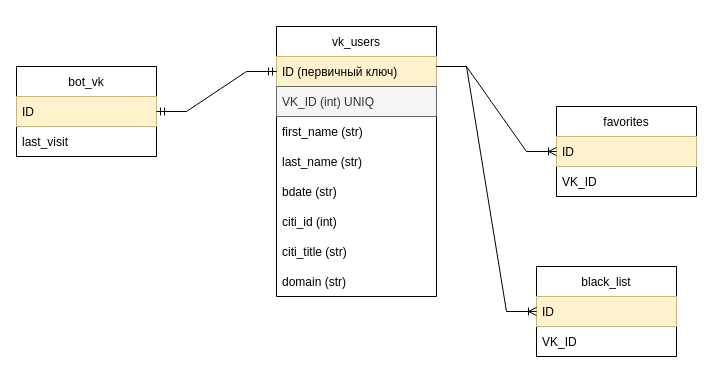
Before: docs/Untitled Diagram.drawio in Garbuzenko/VKinder, a draw.io diagram. Source tidied: cells renumbered, new cells numbered last; positions are measured from the earlier drawing's top-left corner, leaving out a move shared by most shapes. Both pictures are drawn from the tidied source at 100%, with x=0, y=0 at pixel (16, 26).
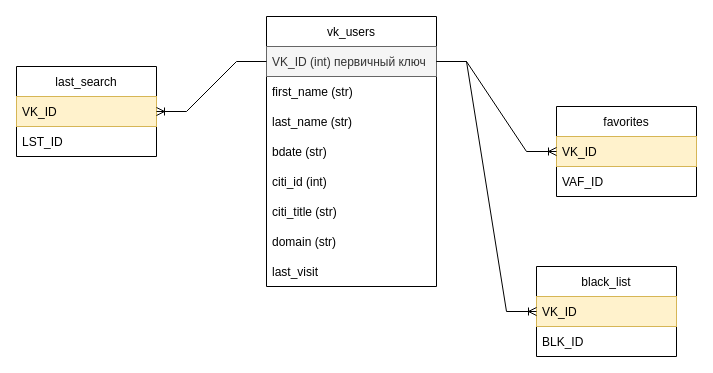
After the change.

Unchanged cells that the change refers to:
```xml
<mxCell id="11" value="favorites" style="swimlane;fontStyle=0;horizontal=1;startSize=30;" parent="1" vertex="1">
  <mxGeometry x="540" y="80" width="140" height="90" as="geometry" />
</mxCell>
<mxCell id="14" value="black_list" style="swimlane;fontStyle=0;horizontal=1;startSize=30;" parent="1" vertex="1">
  <mxGeometry x="520" y="240" width="140" height="90" as="geometry" />
</mxCell>
```

Change to the diagram source:
```diff
@@
     <mxCell id="2" value="vk_users" style="swimlane;fontStyle=0;horizontal=1;startSize=30;" parent="1" vertex="1">
-      <mxGeometry x="260" width="160" height="270" as="geometry" />
+      <mxGeometry x="250" y="-10" width="170" height="270" as="geometry" />
     </mxCell>
-    <mxCell id="3" value="ID (первичный ключ)" style="text;strokeColor=#d6b656;fillColor=#fff2cc;align=left;verticalAlign=middle;spacingLeft=4;spacingRight=4;overflow=hidden;points=[[0,0.5],[1,0.5]];portConstraint=eastwest;" parent="2" vertex="1">
-      <mxGeometry y="30" width="160" height="30" as="geometry" />
-    </mxCell>
-    <mxCell id="4" value="VK_ID (int) UNIQ" style="text;strokeColor=#666666;fillColor=#f5f5f5;align=left;verticalAlign=middle;spacingLeft=4;spacingRight=4;overflow=hidden;points=[[0,0.5],[1,0.5]];portConstraint=eastwest;fontColor=#333333;" parent="2" vertex="1">
-      <mxGeometry y="60" width="160" height="30" as="geometry" />
+    <mxCell id="4" value="VK_ID (int) первичный ключ" style="text;strokeColor=#666666;fillColor=#f5f5f5;align=left;verticalAlign=middle;spacingLeft=4;spacingRight=4;overflow=hidden;points=[[0,0.5],[1,0.5]];portConstraint=eastwest;fontColor=#333333;" parent="2" vertex="1">
+      <mxGeometry y="30" width="170" height="30" as="geometry" />
     </mxCell>
     <mxCell id="5" value="first_name (str)" style="text;strokeColor=none;fillColor=none;align=left;verticalAlign=middle;spacingLeft=4;spacingRight=4;overflow=hidden;" parent="2" vertex="1">
-      <mxGeometry y="90" width="160" height="30" as="geometry" />
+      <mxGeometry y="60" width="170" height="30" as="geometry" />
     </mxCell>
     <mxCell id="6" value="last_name (str)" style="text;strokeColor=none;fillColor=none;align=left;verticalAlign=middle;spacingLeft=4;spacingRight=4;overflow=hidden;" parent="2" vertex="1">
-      <mxGeometry y="120" width="160" height="30" as="geometry" />
+      <mxGeometry y="90" width="170" height="30" as="geometry" />
     </mxCell>
     <mxCell id="7" value="bdate (str)" style="text;strokeColor=none;fillColor=none;align=left;verticalAlign=middle;spacingLeft=4;spacingRight=4;overflow=hidden;" parent="2" vertex="1">
-      <mxGeometry y="150" width="160" height="30" as="geometry" />
+      <mxGeometry y="120" width="170" height="30" as="geometry" />
     </mxCell>
     <mxCell id="8" value="citi_id (int)" style="text;strokeColor=none;fillColor=none;align=left;verticalAlign=middle;spacingLeft=4;spacingRight=4;overflow=hidden;" parent="2" vertex="1">
-      <mxGeometry y="180" width="160" height="30" as="geometry" />
+      <mxGeometry y="150" width="170" height="30" as="geometry" />
     </mxCell>
     <mxCell id="9" value="citi_title (str)" style="text;strokeColor=none;fillColor=none;align=left;verticalAlign=middle;spacingLeft=4;spacingRight=4;overflow=hidden;" parent="2" vertex="1">
-      <mxGeometry y="210" width="160" height="30" as="geometry" />
+      <mxGeometry y="180" width="170" height="30" as="geometry" />
     </mxCell>
     <mxCell id="10" value="domain (str)" style="text;strokeColor=none;fillColor=none;align=left;verticalAlign=middle;spacingLeft=4;spacingRight=4;overflow=hidden;" parent="2" vertex="1">
-      <mxGeometry y="240" width="160" height="30" as="geometry" />
+      <mxGeometry y="210" width="170" height="30" as="geometry" />
     </mxCell>
+    <mxCell id="23" value="last_visit" style="text;strokeColor=none;fillColor=none;align=left;verticalAlign=middle;spacingLeft=4;spacingRight=4;overflow=hidden;" parent="2" vertex="1">
+      <mxGeometry y="240" width="170" height="30" as="geometry" />
+    </mxCell>
@@
-    <mxCell id="12" value="ID" style="text;strokeColor=#d6b656;fillColor=#fff2cc;align=left;verticalAlign=middle;spacingLeft=4;spacingRight=4;overflow=hidden;points=[[0,0.5],[1,0.5]];portConstraint=eastwest;" parent="11" vertex="1">
+    <mxCell id="12" value="VK_ID" style="text;strokeColor=#d6b656;fillColor=#fff2cc;align=left;verticalAlign=middle;spacingLeft=4;spacingRight=4;overflow=hidden;points=[[0,0.5],[1,0.5]];portConstraint=eastwest;" parent="11" vertex="1">
       <mxGeometry y="30" width="140" height="30" as="geometry" />
     </mxCell>
-    <mxCell id="13" value="VK_ID" style="text;strokeColor=none;fillColor=none;align=left;verticalAlign=middle;spacingLeft=4;spacingRight=4;overflow=hidden;" parent="11" vertex="1">
+    <mxCell id="13" value="VAF_ID" style="text;strokeColor=none;fillColor=none;align=left;verticalAlign=middle;spacingLeft=4;spacingRight=4;overflow=hidden;" parent="11" vertex="1">
       <mxGeometry y="60" width="140" height="30" as="geometry" />
     </mxCell>
@@
-    <mxCell id="15" value="ID" style="text;strokeColor=#d6b656;fillColor=#fff2cc;align=left;verticalAlign=middle;spacingLeft=4;spacingRight=4;overflow=hidden;points=[[0,0.5],[1,0.5]];portConstraint=eastwest;" parent="14" vertex="1">
+    <mxCell id="15" value="VK_ID" style="text;strokeColor=#d6b656;fillColor=#fff2cc;align=left;verticalAlign=middle;spacingLeft=4;spacingRight=4;overflow=hidden;points=[[0,0.5],[1,0.5]];portConstraint=eastwest;" parent="14" vertex="1">
       <mxGeometry y="30" width="140" height="30" as="geometry" />
     </mxCell>
-    <mxCell id="16" value="VK_ID" style="text;strokeColor=none;fillColor=none;align=left;verticalAlign=middle;spacingLeft=4;spacingRight=4;overflow=hidden;" parent="14" vertex="1">
+    <mxCell id="16" value="BLK_ID" style="text;strokeColor=none;fillColor=none;align=left;verticalAlign=middle;spacingLeft=4;spacingRight=4;overflow=hidden;" parent="14" vertex="1">
       <mxGeometry y="60" width="140" height="30" as="geometry" />
     </mxCell>
-    <mxCell id="17" style="edgeStyle=entityRelationEdgeStyle;fontSize=12;html=1;endArrow=ERoneToMany;rounded=0;entryX=0;entryY=0.5;entryDx=0;entryDy=0;" parent="1" edge="1" target="15">
-      <mxGeometry relative="1" as="geometry">
-        <mxPoint x="420" y="40" as="sourcePoint" />
-      </mxGeometry>
+    <mxCell id="17" style="edgeStyle=entityRelationEdgeStyle;fontSize=12;html=1;endArrow=ERoneToMany;rounded=0;entryX=0;entryY=0.5;entryDx=0;entryDy=0;exitX=1;exitY=0.5;exitDx=0;exitDy=0;" parent="1" edge="1" source="4" target="15">
+      <mxGeometry relative="1" as="geometry" />
     </mxCell>
-    <mxCell id="18" value="bot_vk" style="swimlane;fontStyle=0;horizontal=1;startSize=30;" parent="1" vertex="1">
+    <mxCell id="18" value="last_search" style="swimlane;fontStyle=0;horizontal=1;startSize=30;" parent="1" vertex="1">
       <mxGeometry y="40" width="140" height="90" as="geometry" />
     </mxCell>
-    <mxCell id="19" value="ID" style="text;strokeColor=#d6b656;fillColor=#fff2cc;align=left;verticalAlign=middle;spacingLeft=4;spacingRight=4;overflow=hidden;" parent="18" vertex="1">
+    <mxCell id="19" value="VK_ID" style="text;strokeColor=#d6b656;fillColor=#fff2cc;align=left;verticalAlign=middle;spacingLeft=4;spacingRight=4;overflow=hidden;" parent="18" vertex="1">
       <mxGeometry y="30" width="140" height="30" as="geometry" />
     </mxCell>
-    <mxCell id="20" value="last_visit" style="text;strokeColor=none;fillColor=none;align=left;verticalAlign=middle;spacingLeft=4;spacingRight=4;overflow=hidden;" parent="18" vertex="1">
+    <mxCell id="20" value="LST_ID" style="text;strokeColor=none;fillColor=none;align=left;verticalAlign=middle;spacingLeft=4;spacingRight=4;overflow=hidden;" parent="18" vertex="1">
       <mxGeometry y="60" width="140" height="30" as="geometry" />
     </mxCell>
-    <mxCell id="21" style="edgeStyle=entityRelationEdgeStyle;fontSize=12;html=1;endArrow=ERmandOne;startArrow=ERmandOne;rounded=0;entryX=0;entryY=0.5;entryDx=0;entryDy=0;exitX=1;exitY=0.5;exitDx=0;exitDy=0;" parent="1" edge="1" source="18" target="3">
-      <mxGeometry relative="1" as="geometry" />
-    </mxCell>
-    <mxCell id="22" style="edgeStyle=entityRelationEdgeStyle;fontSize=12;html=1;endArrow=ERoneToMany;rounded=0;entryX=0;entryY=0.5;entryDx=0;entryDy=0;" parent="1" edge="1" target="12">
-      <mxGeometry relative="1" as="geometry">
-        <mxPoint x="420" y="40" as="sourcePoint" />
-      </mxGeometry>
+    <mxCell id="22" style="edgeStyle=entityRelationEdgeStyle;fontSize=12;html=1;endArrow=ERoneToMany;rounded=0;entryX=0;entryY=0.5;entryDx=0;entryDy=0;exitX=1;exitY=0.5;exitDx=0;exitDy=0;" parent="1" edge="1" source="4" target="12">
+      <mxGeometry relative="1" as="geometry" />
     </mxCell>
+    <mxCell id="24" style="edgeStyle=entityRelationEdgeStyle;fontSize=12;html=1;endArrow=ERoneToMany;rounded=0;exitX=0;exitY=0.5;exitDx=0;exitDy=0;entryX=1;entryY=0.5;entryDx=0;entryDy=0;" parent="1" edge="1" source="4" target="18">
+      <mxGeometry relative="1" as="geometry" />
+    </mxCell>
```
